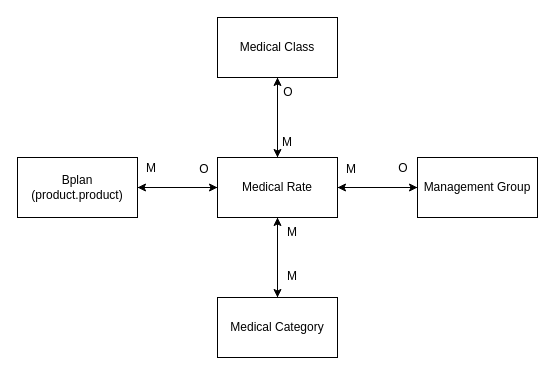
jezreelkosasih/diagram keeps this draw.io diagram as ERD Medical Rate.drawio. Above is the earlier version. Source tidied: cells renumbered, new cells numbered last; positions are measured from the earlier drawing's top-left corner, leaving out a move shared by most shapes. Both pictures are drawn from the tidied source at 100%, with x=0, y=0 at pixel (17, 17).
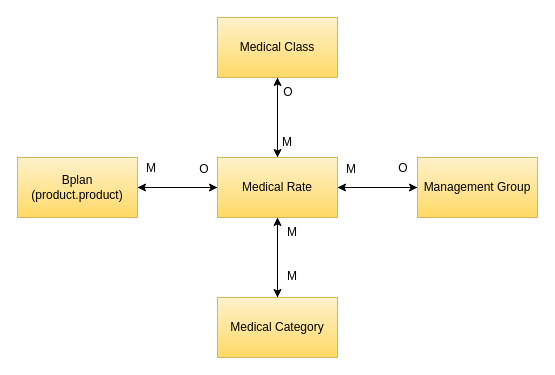
After the change.

What changed in the source:
```diff
@@
-    <mxCell id="3" value="Bplan (product.product)" style="rounded=0;whiteSpace=wrap;html=1;" parent="1" vertex="1">
+    <mxCell id="3" value="Bplan (product.product)" style="rounded=0;whiteSpace=wrap;html=1;fillColor=#fff2cc;strokeColor=#d6b656;gradientColor=#ffd966;" parent="1" vertex="1">
       <mxGeometry y="140" width="120" height="60" as="geometry" />
     </mxCell>
@@
-    <mxCell id="8" value="Medical Rate" style="rounded=0;whiteSpace=wrap;html=1;" parent="1" vertex="1">
+    <mxCell id="8" value="Medical Rate" style="rounded=0;whiteSpace=wrap;html=1;fillColor=#fff2cc;strokeColor=#d6b656;gradientColor=#ffd966;" parent="1" vertex="1">
       <mxGeometry x="200" y="140" width="120" height="60" as="geometry" />
     </mxCell>
@@
-    <mxCell id="10" value="Medical Category" style="rounded=0;whiteSpace=wrap;html=1;" parent="1" vertex="1">
+    <mxCell id="10" value="Medical Category" style="rounded=0;whiteSpace=wrap;html=1;fillColor=#fff2cc;strokeColor=#d6b656;gradientColor=#ffd966;" parent="1" vertex="1">
       <mxGeometry x="200" y="280" width="120" height="60" as="geometry" />
     </mxCell>
@@
-    <mxCell id="16" value="Management Group" style="rounded=0;whiteSpace=wrap;html=1;" parent="1" vertex="1">
+    <mxCell id="16" value="Management Group" style="rounded=0;whiteSpace=wrap;html=1;fillColor=#fff2cc;strokeColor=#d6b656;gradientColor=#ffd966;" parent="1" vertex="1">
       <mxGeometry x="400" y="140" width="120" height="60" as="geometry" />
     </mxCell>
@@
-    <mxCell id="18" value="Medical Class" style="rounded=0;whiteSpace=wrap;html=1;" parent="1" vertex="1">
+    <mxCell id="18" value="Medical Class" style="rounded=0;whiteSpace=wrap;html=1;fillColor=#fff2cc;strokeColor=#d6b656;gradientColor=#ffd966;" parent="1" vertex="1">
       <mxGeometry x="200" width="120" height="60" as="geometry" />
     </mxCell>
```
